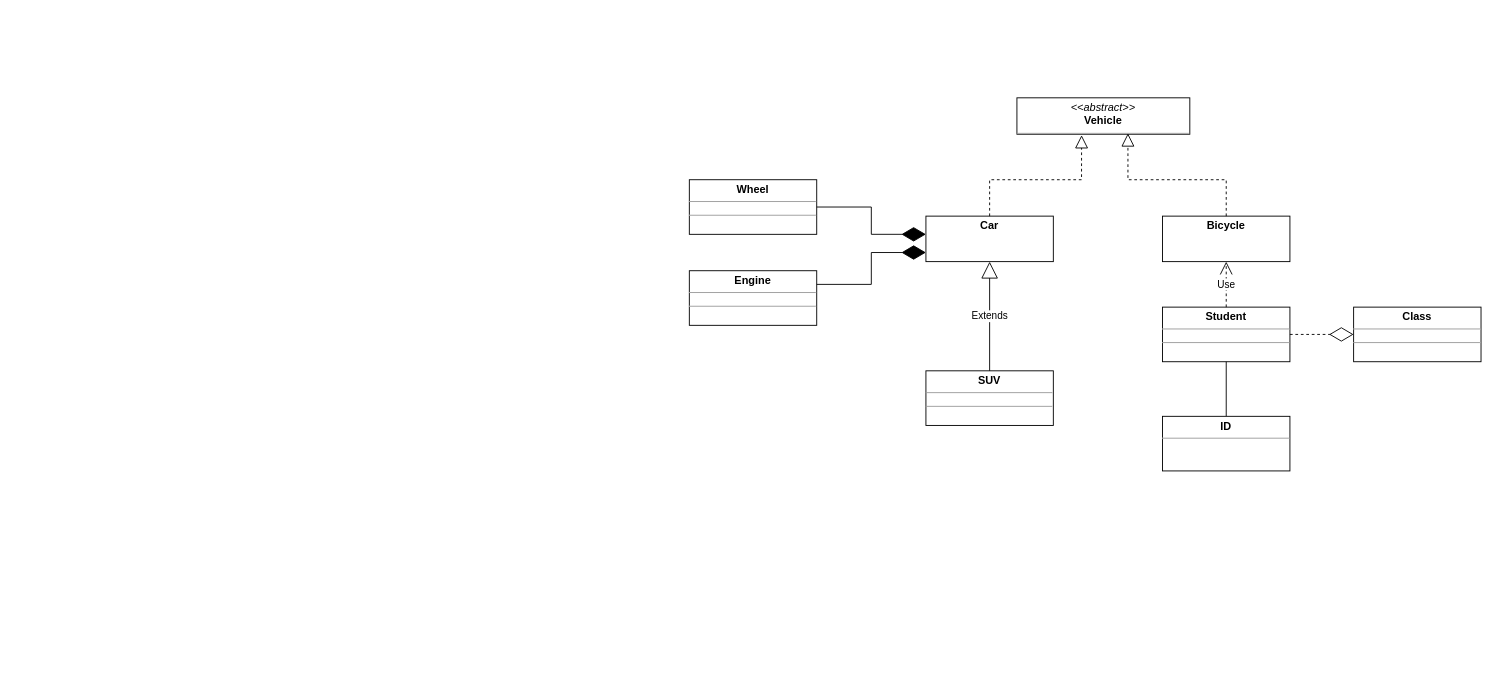
Earlier version of the draw.io diagram Untitled Diagram.drawio (lialittis/Computer-Science). Source tidied: cells renumbered, new cells numbered last; positions are measured from the earlier drawing's top-left corner, leaving out a move shared by most shapes. Both pictures are drawn from the tidied source at 91%, with x=0, y=0 at pixel (689, 97).
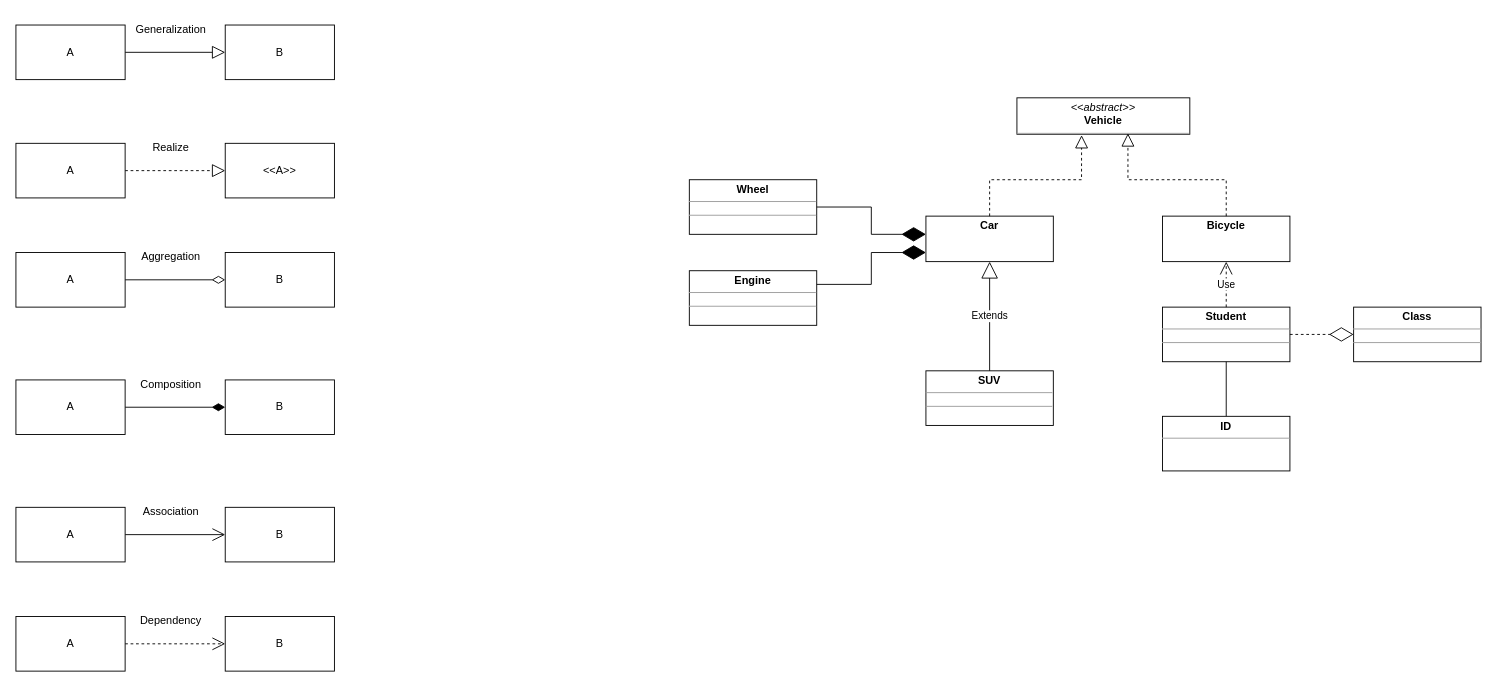
Above is the later version.

Diff of the diagram source:
```diff
@@
+    <mxCell id="19" value="Generalization" style="text;html=1;align=center;verticalAlign=middle;strokeColor=none;fillColor=none;" parent="1" vertex="1">
+      <mxGeometry x="-620" y="-90" width="100" height="30" as="geometry" />
+    </mxCell>
+    <mxCell id="20" style="edgeStyle=orthogonalEdgeStyle;rounded=0;jettySize=auto;html=1;exitX=1;exitY=0.5;exitDx=0;exitDy=0;endArrow=block;endFill=0;strokeWidth=1;entryX=0;entryY=0.5;entryDx=0;entryDy=0;jumpSize=6;shadow=0;sketch=0;endSize=12;" parent="1" edge="1" source="21" target="22">
+      <mxGeometry relative="1" as="geometry" />
+    </mxCell>
+    <mxCell id="21" value="A" style="whiteSpace=wrap;html=1;" parent="1" vertex="1">
+      <mxGeometry x="-740" y="-80" width="120" height="60" as="geometry" />
+    </mxCell>
+    <mxCell id="22" value="B" style="whiteSpace=wrap;html=1;" parent="1" vertex="1">
+      <mxGeometry x="-510" y="-80" width="120" height="60" as="geometry" />
+    </mxCell>
+    <mxCell id="23" value="Realize" style="text;html=1;align=center;verticalAlign=middle;strokeColor=none;fillColor=none;" parent="1" vertex="1">
+      <mxGeometry x="-600" y="40" width="60" height="30" as="geometry" />
+    </mxCell>
+    <mxCell id="24" style="edgeStyle=orthogonalEdgeStyle;rounded=0;jettySize=auto;html=1;exitX=1;exitY=0.5;exitDx=0;exitDy=0;endArrow=block;endFill=0;strokeWidth=1;entryX=0;entryY=0.5;entryDx=0;entryDy=0;jumpSize=6;shadow=0;sketch=0;endSize=12;dashed=1;" parent="1" edge="1" source="25" target="26">
+      <mxGeometry relative="1" as="geometry" />
+    </mxCell>
+    <mxCell id="25" value="A" style="whiteSpace=wrap;html=1;" parent="1" vertex="1">
+      <mxGeometry x="-740" y="50" width="120" height="60" as="geometry" />
+    </mxCell>
+    <mxCell id="26" value="&amp;lt;&amp;lt;A&amp;gt;&amp;gt;" style="whiteSpace=wrap;html=1;" parent="1" vertex="1">
+      <mxGeometry x="-510" y="50" width="120" height="60" as="geometry" />
+    </mxCell>
+    <mxCell id="27" value="Aggregation" style="text;html=1;align=center;verticalAlign=middle;strokeColor=none;fillColor=none;" parent="1" vertex="1">
+      <mxGeometry x="-615" y="160" width="90" height="30" as="geometry" />
+    </mxCell>
+    <mxCell id="28" style="edgeStyle=orthogonalEdgeStyle;rounded=0;jettySize=auto;html=1;exitX=1;exitY=0.5;exitDx=0;exitDy=0;endArrow=diamondThin;endFill=0;strokeWidth=1;entryX=0;entryY=0.5;entryDx=0;entryDy=0;jumpSize=6;shadow=0;sketch=0;endSize=12;" parent="1" edge="1" source="29" target="30">
+      <mxGeometry relative="1" as="geometry" />
+    </mxCell>
+    <mxCell id="29" value="A" style="whiteSpace=wrap;html=1;" parent="1" vertex="1">
+      <mxGeometry x="-740" y="170" width="120" height="60" as="geometry" />
+    </mxCell>
+    <mxCell id="30" value="B" style="whiteSpace=wrap;html=1;" parent="1" vertex="1">
+      <mxGeometry x="-510" y="170" width="120" height="60" as="geometry" />
+    </mxCell>
+    <mxCell id="31" value="Composition" style="text;html=1;align=center;verticalAlign=middle;strokeColor=none;fillColor=none;" parent="1" vertex="1">
+      <mxGeometry x="-615" y="300" width="90" height="30" as="geometry" />
+    </mxCell>
+    <mxCell id="32" style="edgeStyle=orthogonalEdgeStyle;rounded=0;jettySize=auto;html=1;exitX=1;exitY=0.5;exitDx=0;exitDy=0;endArrow=diamondThin;endFill=1;strokeWidth=1;entryX=0;entryY=0.5;entryDx=0;entryDy=0;jumpSize=6;shadow=0;sketch=0;endSize=12;" parent="1" edge="1" source="33" target="34">
+      <mxGeometry relative="1" as="geometry" />
+    </mxCell>
+    <mxCell id="33" value="A" style="whiteSpace=wrap;html=1;" parent="1" vertex="1">
+      <mxGeometry x="-740" y="310" width="120" height="60" as="geometry" />
+    </mxCell>
+    <mxCell id="34" value="B" style="whiteSpace=wrap;html=1;" parent="1" vertex="1">
+      <mxGeometry x="-510" y="310" width="120" height="60" as="geometry" />
+    </mxCell>
+    <mxCell id="35" value="Association" style="text;html=1;align=center;verticalAlign=middle;strokeColor=none;fillColor=none;" parent="1" vertex="1">
+      <mxGeometry x="-610" y="440" width="80" height="30" as="geometry" />
+    </mxCell>
+    <mxCell id="36" style="edgeStyle=orthogonalEdgeStyle;rounded=0;jettySize=auto;html=1;exitX=1;exitY=0.5;exitDx=0;exitDy=0;endArrow=open;endFill=0;strokeWidth=1;entryX=0;entryY=0.5;entryDx=0;entryDy=0;jumpSize=6;shadow=0;sketch=0;endSize=12;" parent="1" edge="1" source="37" target="38">
+      <mxGeometry relative="1" as="geometry" />
+    </mxCell>
+    <mxCell id="37" value="A" style="whiteSpace=wrap;html=1;" parent="1" vertex="1">
+      <mxGeometry x="-740" y="450" width="120" height="60" as="geometry" />
+    </mxCell>
+    <mxCell id="38" value="B" style="whiteSpace=wrap;html=1;" parent="1" vertex="1">
+      <mxGeometry x="-510" y="450" width="120" height="60" as="geometry" />
+    </mxCell>
+    <mxCell id="39" value="Dependency" style="text;html=1;align=center;verticalAlign=middle;strokeColor=none;fillColor=none;" parent="1" vertex="1">
+      <mxGeometry x="-615" y="560" width="90" height="30" as="geometry" />
+    </mxCell>
+    <mxCell id="40" style="edgeStyle=orthogonalEdgeStyle;rounded=0;jettySize=auto;html=1;exitX=1;exitY=0.5;exitDx=0;exitDy=0;endArrow=open;endFill=0;strokeWidth=1;entryX=0;entryY=0.5;entryDx=0;entryDy=0;jumpSize=6;shadow=0;sketch=0;endSize=12;dashed=1;" parent="1" edge="1" source="41" target="42">
+      <mxGeometry relative="1" as="geometry" />
+    </mxCell>
+    <mxCell id="41" value="A" style="whiteSpace=wrap;html=1;" parent="1" vertex="1">
+      <mxGeometry x="-740" y="570" width="120" height="60" as="geometry" />
+    </mxCell>
+    <mxCell id="42" value="B" style="whiteSpace=wrap;html=1;" parent="1" vertex="1">
+      <mxGeometry x="-510" y="570" width="120" height="60" as="geometry" />
+    </mxCell>
```
